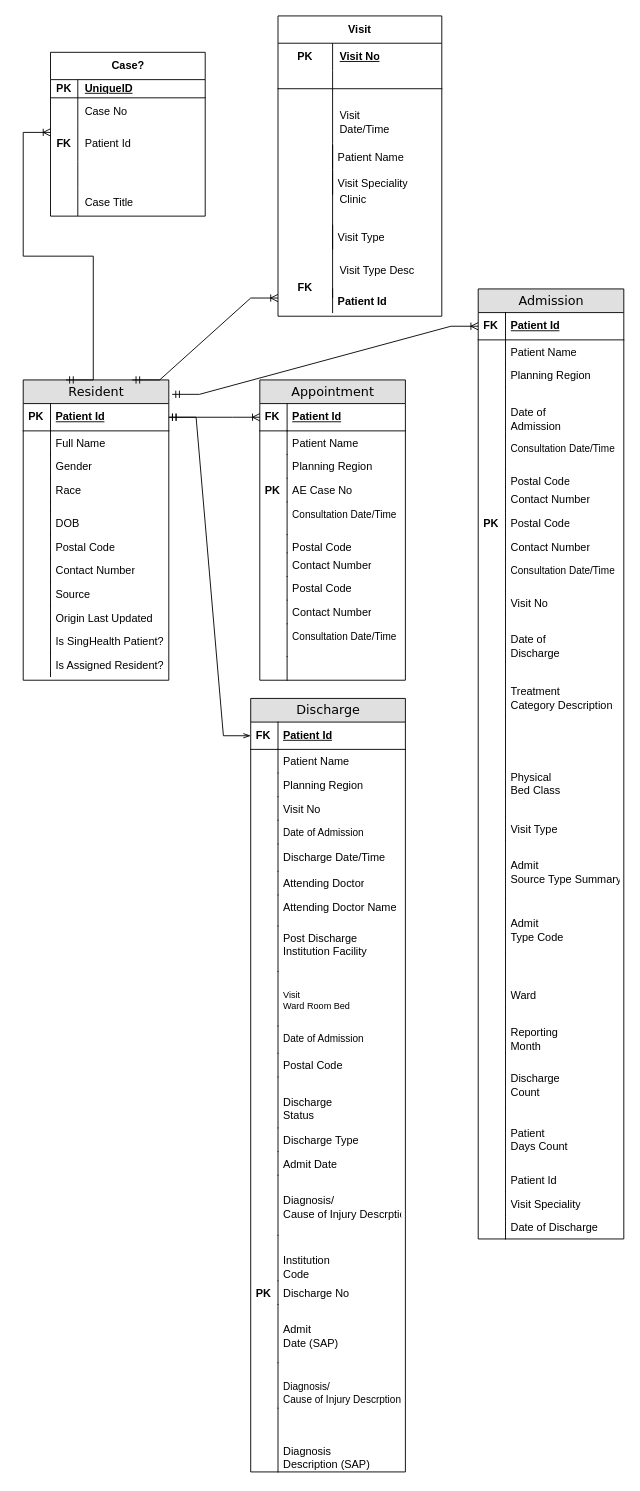
Before: Design/eHints Entity Relationship Test.drawio in pavanmanideep/Tools, a draw.io diagram. Source tidied: cells renumbered, new cells numbered last; positions are measured from the earlier drawing's top-left corner, leaving out a move shared by most shapes. Both pictures are drawn from the tidied source at 91%, with x=0, y=0 at pixel (23, 15).
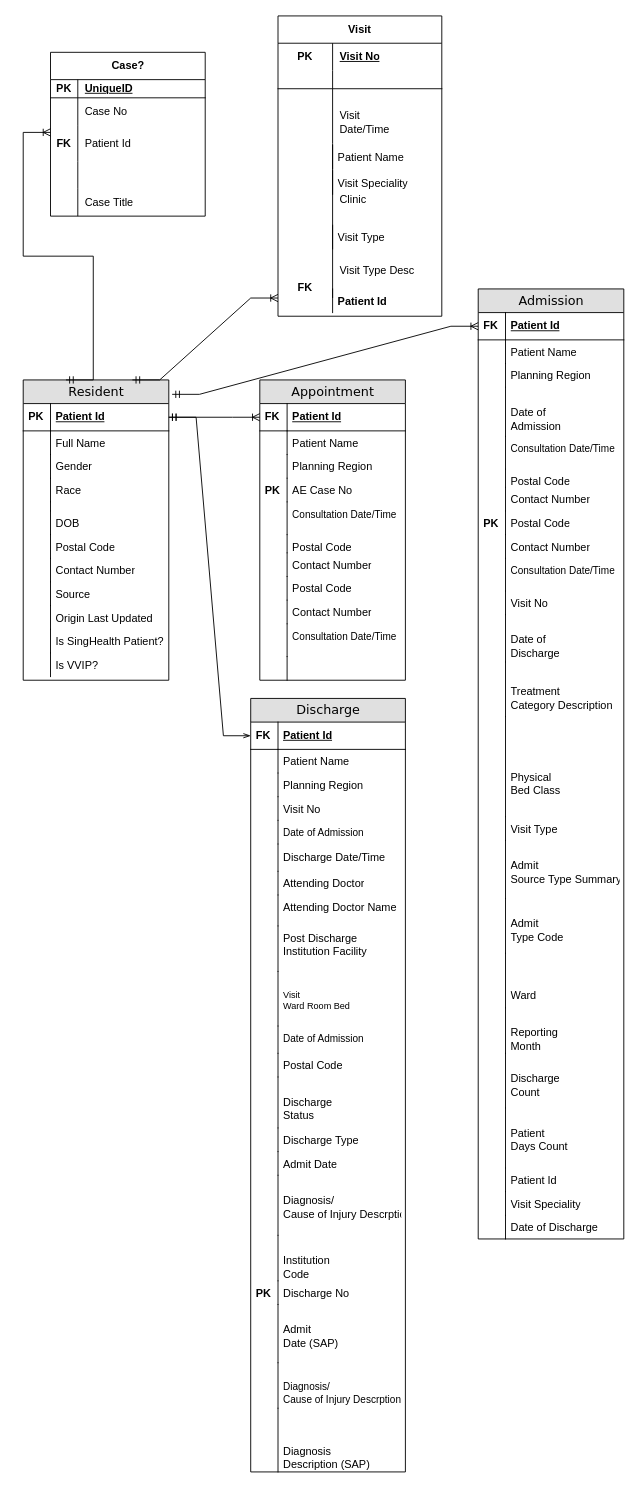
The same page after the edit.

Unchanged cells that the change refers to:
```xml
<mxCell id="2" value="Resident" style="swimlane;html=1;fontStyle=0;horizontal=1;startSize=26;fillColor=#e0e0e0;swimlaneFillColor=#ffffff;align=center;rounded=0;shadow=0;comic=0;labelBackgroundColor=none;strokeWidth=1;fontFamily=Verdana;fontSize=14;" parent="1" vertex="1">
  <mxGeometry y="400" width="160" height="330" as="geometry" />
</mxCell>
```

The edit, as a diff of the source:
```diff
@@
-    <mxCell id="25" value="Is Assigned Resident?" style="shape=partialRectangle;top=0;left=0;right=0;bottom=0;html=1;align=left;verticalAlign=top;fillColor=none;spacingLeft=34;spacingRight=4;whiteSpace=wrap;overflow=hidden;" parent="2" vertex="1">
+    <mxCell id="25" value="Is VVIP?" style="shape=partialRectangle;top=0;left=0;right=0;bottom=0;html=1;align=left;verticalAlign=top;fillColor=none;spacingLeft=34;spacingRight=4;whiteSpace=wrap;overflow=hidden;" parent="2" vertex="1">
       <mxGeometry y="300" width="160" height="26" as="geometry" />
     </mxCell>
```
